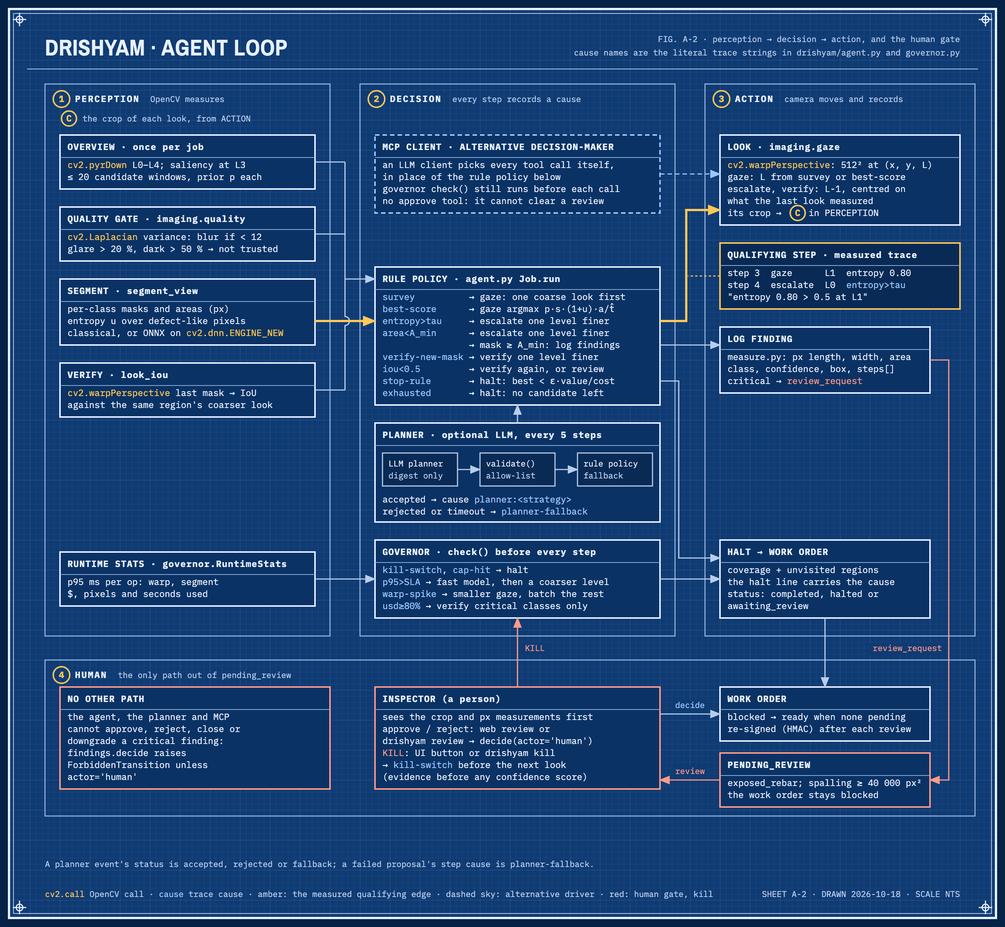
Earlier version of the Mermaid export docs/agent-loop.png (vj-io/drishyam). Its source is kept beside it as docs/agent-loop.mmd. Its diagram source:
```mermaid
flowchart TB
    subgraph PERCEPTION["1 · PERCEPTION"]
        OV["overview, once per job<br/>cv2.pyrDown L0–L4, saliency at L3<br/>≤ 20 candidates with a prior p"]
        QG["quality gate<br/>cv2.Laplacian sharpness, glare, dark"]
        SEG["segment_view<br/>class masks, areas, entropy u<br/>classical or ONNX on cv2.dnn.ENGINE_NEW"]
        VER["look_iou<br/>mask IoU against the coarser look"]
        RT["runtime stats<br/>p95 ms per op, $, pixels, seconds"]
        QG --> SEG --> VER
    end

    subgraph DECISION["2 · DECISION"]
        GOV["governor check(), before every step<br/>kill-switch · cap-hit → halt<br/>p95#gt;SLA → fast model, then coarser<br/>warp-spike → smaller gaze · usd≥80% → critical only"]
        RULE["rule policy, agent.py<br/>survey · best-score → gaze<br/>entropy#gt;tau · area#lt;A_min → escalate one level finer<br/>verify-new-mask · iou#lt;0.5 → verify one level finer<br/>stop-rule · exhausted → halt"]
        LLM["LLM planner, optional, every 5 steps<br/>sees a numeric digest only"]
        VAL["validate()<br/>6-strategy allow-list"]
        FB["rule fallback<br/>cause planner-fallback:<br/>the rule choice stands"]
        MCP["MCP client: alternative decision-maker<br/>an LLM picks each of the 12 tools itself<br/>governor check() before each call · no approve tool"]
        LLM --> VAL
        VAL -->|"accepted: planner:#lt;strategy#gt;"| RULE
        VAL -->|"rejected or timeout"| FB --> RULE
    end

    subgraph ACTION["3 · ACTION"]
        LOOK["look: cv2.warpPerspective 512² at x, y, level<br/>gaze · escalate L-1 · verify L-1"]
        FIND["log finding<br/>px length, width, area"]
        HALT["halt → work order<br/>coverage, unvisited regions"]
    end

    subgraph HUMAN["4 · HUMAN"]
        PEND["pending_review<br/>exposed_rebar · spalling ≥ 40 000 px²"]
        INSP(["inspector, a person<br/>approve or reject: decide(actor='human')"])
        WO["work order<br/>blocked → ready, re-signed"]
        KILL(["KILL: UI button or drishyam kill"])
    end

    OV --> RULE
    QG -->|"refused: region done"| RULE
    SEG ==>|"entropy 0.80 #gt; τ 0.5 at step 3 → escalate to L0 at step 4"| RULE
    VER -->|"iou"| RULE
    RT -->|"p95, $, px, s"| GOV
    GOV -->|"model, level, gaze size"| RULE
    GOV -->|"kill-switch · cap-hit"| HALT
    RULE ==>|"next look"| LOOK
    RULE -->|"mask ≥ A_min"| FIND
    RULE -->|"stop-rule · exhausted"| HALT
    MCP -.->|"tool calls"| LOOK
    FIND -->|"critical: review_request"| PEND
    PEND --> INSP
    INSP -->|"approve / reject"| WO
    HALT --> WO
    KILL -->|"kill-switch"| GOV
    LOOK -->|"crop of each look"| QG
```
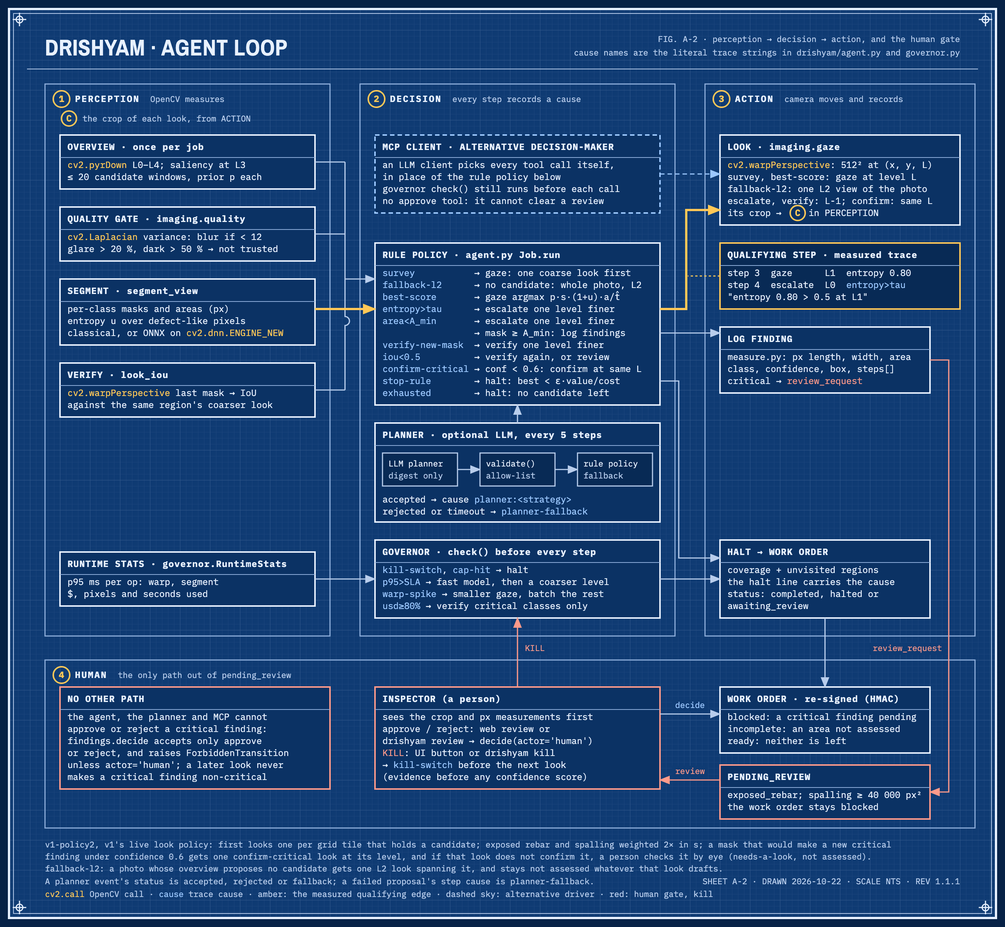
The same file after the commit.

Commit message:
docs: architecture and agent-loop figures at REV 1.1.1 (6e0a6cd)

The edit, as a diff of the source:
```diff
@@ -10,7 +10,7 @@
 
     subgraph DECISION["2 · DECISION"]
         GOV["governor check(), before every step<br/>kill-switch · cap-hit → halt<br/>p95#gt;SLA → fast model, then coarser<br/>warp-spike → smaller gaze · usd≥80% → critical only"]
-        RULE["rule policy, agent.py<br/>survey · best-score → gaze<br/>entropy#gt;tau · area#lt;A_min → escalate one level finer<br/>verify-new-mask · iou#lt;0.5 → verify one level finer<br/>stop-rule · exhausted → halt"]
+        RULE["rule policy, agent.py (v1: v1-policy2)<br/>survey · best-score → gaze<br/>fallback-l2: no candidate → one L2 look spanning the photo<br/>entropy#gt;tau · area#lt;A_min → escalate one level finer<br/>verify-new-mask · iou#lt;0.5 → verify one level finer<br/>confirm-critical: confidence #lt; 0.6 → confirm at the same level<br/>stop-rule · exhausted → halt"]
         LLM["LLM planner, optional, every 5 steps<br/>sees a numeric digest only"]
         VAL["validate()<br/>6-strategy allow-list"]
         FB["rule fallback<br/>cause planner-fallback:<br/>the rule choice stands"]
@@ -21,15 +21,15 @@
     end
 
     subgraph ACTION["3 · ACTION"]
-        LOOK["look: cv2.warpPerspective 512² at x, y, level<br/>gaze · escalate L-1 · verify L-1"]
+        LOOK["look: cv2.warpPerspective 512² at x, y, level<br/>gaze · escalate L-1 · verify L-1 · confirm same L<br/>fallback-l2: one L2 view of the whole photo"]
         FIND["log finding<br/>px length, width, area"]
         HALT["halt → work order<br/>coverage, unvisited regions"]
     end
 
     subgraph HUMAN["4 · HUMAN"]
         PEND["pending_review<br/>exposed_rebar · spalling ≥ 40 000 px²"]
-        INSP(["inspector, a person<br/>approve or reject: decide(actor='human')"])
-        WO["work order<br/>blocked → ready, re-signed"]
+        INSP(["inspector, a person<br/>approve or reject: decide(actor='human')<br/>decide accepts approve and reject only"])
+        WO["work order, re-signed (HMAC)<br/>blocked: a critical finding pending<br/>incomplete: an area not assessed<br/>ready: neither is left"]
         KILL(["KILL: UI button or drishyam kill"])
     end
 
```
